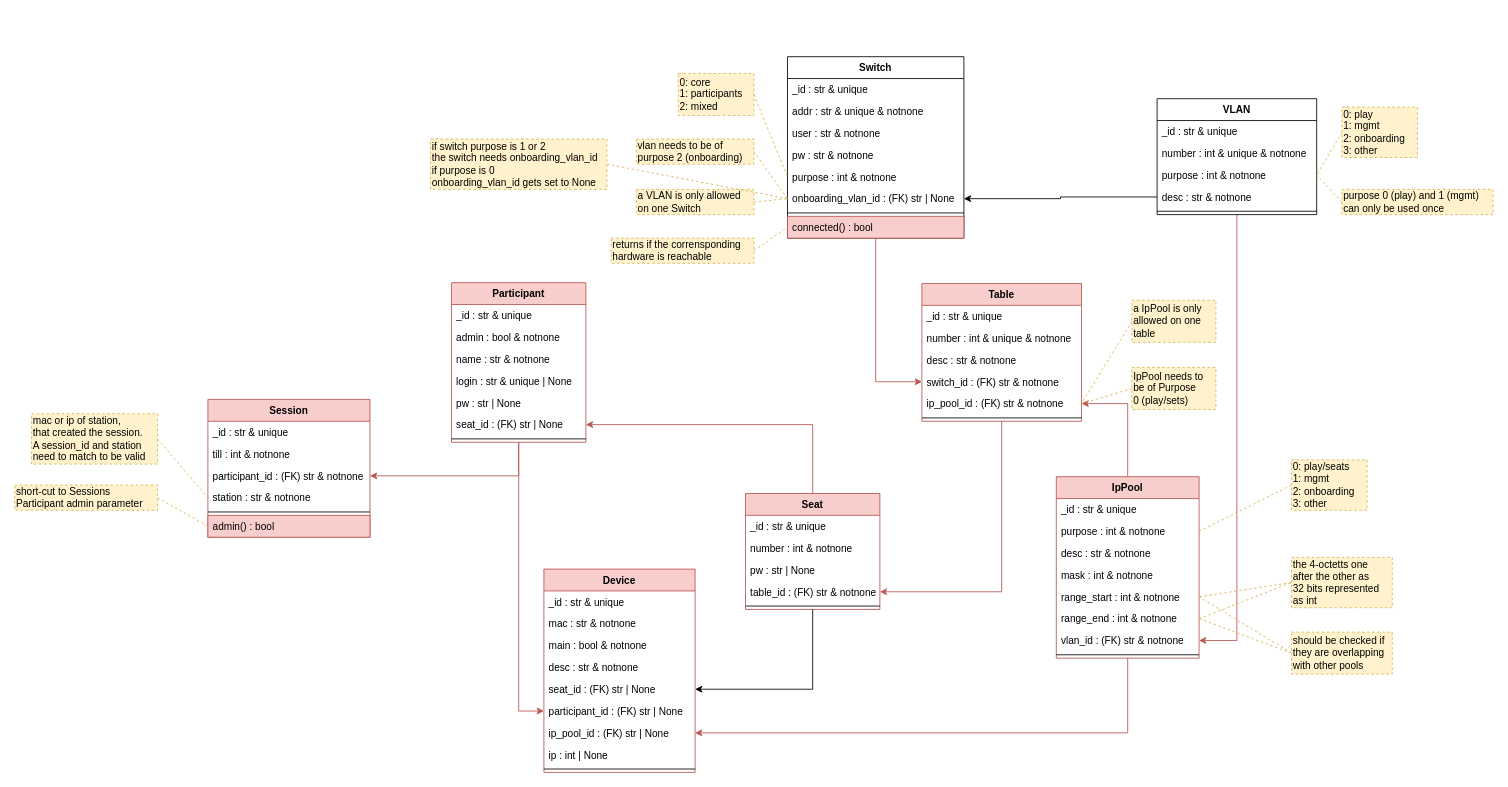
Above: docs/elements_classes.drawio in nils-ost/LanPartyOnboardingSystem (draw.io), before the change. Source tidied: cells renumbered, new cells numbered last; positions are measured from the earlier drawing's top-left corner, leaving out a move shared by most shapes. Both pictures are drawn from the tidied source at 84%, with x=0, y=0 at pixel (14, 56).
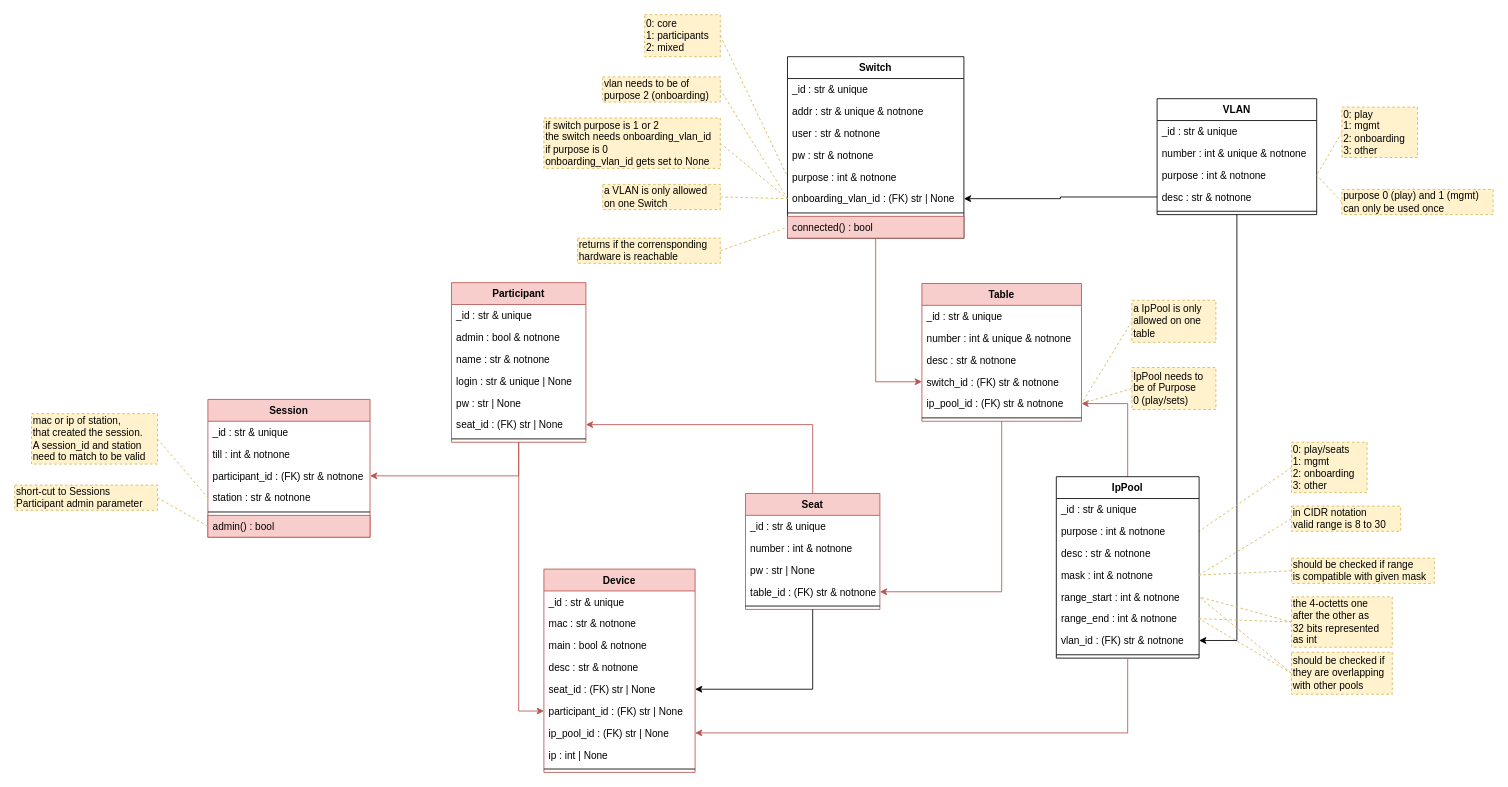
Above is the later version.

Commit message:
more implementation details on IpPool

The change refers to these unchanged cells:
```xml
<mxCell id="3" value="VLAN" style="swimlane;fontStyle=1;align=center;verticalAlign=top;horizontal=1;startSize=26;" parent="1" vertex="1">
  <mxGeometry x="1360" y="50" width="190" height="138" as="geometry" />
</mxCell>
<mxCell id="37" value="mask : int &amp; notnone" style="text;strokeColor=none;fillColor=none;align=left;verticalAlign=top;spacingLeft=4;spacingRight=4;overflow=hidden;points=[[0,0.5],[1,0.5]];portConstraint=eastwest;" parent="33" vertex="1">
  <mxGeometry y="104" width="170" height="26" as="geometry" />
</mxCell>
<mxCell id="40" value="vlan_id : (FK) str &amp; notnone" style="text;strokeColor=none;fillColor=none;align=left;verticalAlign=top;spacingLeft=4;spacingRight=4;overflow=hidden;points=[[0,0.5],[1,0.5]];portConstraint=eastwest;" parent="33" vertex="1">
  <mxGeometry y="182" width="170" height="26" as="geometry" />
</mxCell>
```

The edit, as a diff of the source:
```diff
@@
-    <mxCell id="2" style="edgeStyle=orthogonalEdgeStyle;rounded=0;jettySize=auto;html=1;endArrow=classic;endFill=1;fillColor=#f8cecc;strokeColor=#b85450;" parent="1" edge="1" source="3" target="40">
+    <mxCell id="2" style="edgeStyle=orthogonalEdgeStyle;rounded=0;jettySize=auto;html=1;endArrow=classic;endFill=1;" parent="1" edge="1" source="3" target="40">
       <mxGeometry relative="1" as="geometry" />
     </mxCell>
@@
     <mxCell id="19" value="0: core&lt;br&gt;1: participants&lt;br&gt;2: mixed" style="rounded=0;whiteSpace=wrap;html=1;fillColor=#fff2cc;strokeColor=#d6b656;dashed=1;align=left;verticalAlign=middle;horizontal=1;labelPosition=center;verticalLabelPosition=middle;" parent="1" vertex="1">
-      <mxGeometry x="790" y="20" width="90" height="50" as="geometry" />
+      <mxGeometry x="750" y="-50" width="90" height="50" as="geometry" />
     </mxCell>
@@
-    <mxCell id="33" value="IpPool" style="swimlane;fontStyle=1;align=center;verticalAlign=top;horizontal=1;startSize=26;fillColor=#f8cecc;strokeColor=#b85450;" parent="1" vertex="1">
+    <mxCell id="33" value="IpPool" style="swimlane;fontStyle=1;align=center;verticalAlign=top;horizontal=1;startSize=26;" parent="1" vertex="1">
       <mxGeometry x="1240" y="500" width="170" height="216" as="geometry" />
     </mxCell>
@@
     <mxCell id="43" value="the 4-octetts one&lt;br&gt;after the other as&lt;br&gt;32 bits represented&lt;br&gt;as int" style="rounded=0;whiteSpace=wrap;html=1;fillColor=#fff2cc;strokeColor=#d6b656;dashed=1;align=left;verticalAlign=middle;horizontal=1;labelPosition=center;verticalLabelPosition=middle;" parent="1" vertex="1">
-      <mxGeometry x="1520" y="596" width="120" height="60" as="geometry" />
+      <mxGeometry x="1520" y="643" width="120" height="60" as="geometry" />
     </mxCell>
@@
     <mxCell id="74" value="0: play/seats&lt;br&gt;1: mgmt&lt;br&gt;2: onboarding&lt;br&gt;3: other" style="rounded=0;whiteSpace=wrap;html=1;fillColor=#fff2cc;strokeColor=#d6b656;dashed=1;align=left;verticalAlign=middle;horizontal=1;labelPosition=center;verticalLabelPosition=middle;" parent="1" vertex="1">
-      <mxGeometry x="1520" y="480" width="90" height="60" as="geometry" />
+      <mxGeometry x="1520" y="459" width="90" height="60" as="geometry" />
     </mxCell>
@@
     <mxCell id="77" value="vlan needs to be of&lt;br&gt;purpose 2 (onboarding)" style="rounded=0;whiteSpace=wrap;html=1;fillColor=#fff2cc;strokeColor=#d6b656;dashed=1;align=left;verticalAlign=middle;horizontal=1;labelPosition=center;verticalLabelPosition=middle;" parent="1" vertex="1">
-      <mxGeometry x="740" y="98" width="140" height="30" as="geometry" />
+      <mxGeometry x="700" y="24" width="140" height="30" as="geometry" />
     </mxCell>
@@
     <mxCell id="92" value="returns if the corrensponding &lt;br&gt;hardware is reachable" style="rounded=0;whiteSpace=wrap;html=1;fillColor=#fff2cc;strokeColor=#d6b656;dashed=1;align=left;verticalAlign=middle;horizontal=1;labelPosition=center;verticalLabelPosition=middle;" parent="1" vertex="1">
-      <mxGeometry x="710" y="216" width="170" height="30" as="geometry" />
+      <mxGeometry x="670" y="216" width="170" height="30" as="geometry" />
     </mxCell>
@@
     <mxCell id="95" value="should be checked if&lt;br&gt;they are overlapping&lt;br&gt;with other pools" style="rounded=0;whiteSpace=wrap;html=1;fillColor=#fff2cc;strokeColor=#d6b656;dashed=1;align=left;verticalAlign=middle;horizontal=1;labelPosition=center;verticalLabelPosition=middle;" parent="1" vertex="1">
-      <mxGeometry x="1520" y="685" width="120" height="50" as="geometry" />
+      <mxGeometry x="1520" y="709" width="120" height="50" as="geometry" />
     </mxCell>
@@
     <mxCell id="101" value="a VLAN is only allowed&lt;br&gt;on one Switch" style="rounded=0;whiteSpace=wrap;html=1;fillColor=#fff2cc;strokeColor=#d6b656;dashed=1;align=left;verticalAlign=middle;horizontal=1;labelPosition=center;verticalLabelPosition=middle;" parent="1" vertex="1">
-      <mxGeometry x="740" y="158" width="140" height="30" as="geometry" />
+      <mxGeometry x="700" y="152" width="140" height="30" as="geometry" />
     </mxCell>
@@
     <mxCell id="103" value="if switch purpose is 1 or 2&lt;br&gt;the switch needs onboarding_vlan_id&lt;br&gt;if purpose is 0&lt;br&gt;onboarding_vlan_id gets set to None" style="rounded=0;whiteSpace=wrap;html=1;fillColor=#fff2cc;strokeColor=#d6b656;dashed=1;align=left;verticalAlign=middle;horizontal=1;labelPosition=center;verticalLabelPosition=middle;" parent="1" vertex="1">
-      <mxGeometry x="495" y="98" width="210" height="60" as="geometry" />
+      <mxGeometry x="630" y="73" width="210" height="60" as="geometry" />
     </mxCell>
+    <mxCell id="104" style="rounded=0;jettySize=auto;html=1;exitX=0;exitY=0.5;exitDx=0;exitDy=0;entryX=1;entryY=0.5;entryDx=0;entryDy=0;dashed=1;endArrow=none;endFill=0;fillColor=#fff2cc;strokeColor=#d6b656;" parent="1" edge="1" source="105" target="37">
+      <mxGeometry relative="1" as="geometry" />
+    </mxCell>
+    <mxCell id="105" value="in CIDR notation&lt;br&gt;valid range is 8 to 30" style="rounded=0;whiteSpace=wrap;html=1;fillColor=#fff2cc;strokeColor=#d6b656;dashed=1;align=left;verticalAlign=middle;horizontal=1;labelPosition=center;verticalLabelPosition=middle;" parent="1" vertex="1">
+      <mxGeometry x="1520" y="535" width="130" height="30" as="geometry" />
+    </mxCell>
+    <mxCell id="106" style="edgeStyle=none;rounded=0;jettySize=auto;html=1;exitX=0;exitY=0.5;exitDx=0;exitDy=0;entryX=1;entryY=0.5;entryDx=0;entryDy=0;dashed=1;endArrow=none;endFill=0;fillColor=#fff2cc;strokeColor=#d6b656;" parent="1" edge="1" source="107" target="37">
+      <mxGeometry relative="1" as="geometry" />
+    </mxCell>
+    <mxCell id="107" value="should be checked if range&lt;br&gt;is compatible with given mask" style="rounded=0;whiteSpace=wrap;html=1;fillColor=#fff2cc;strokeColor=#d6b656;dashed=1;align=left;verticalAlign=middle;horizontal=1;labelPosition=center;verticalLabelPosition=middle;" parent="1" vertex="1">
+      <mxGeometry x="1520" y="597" width="170" height="30" as="geometry" />
+    </mxCell>
```
